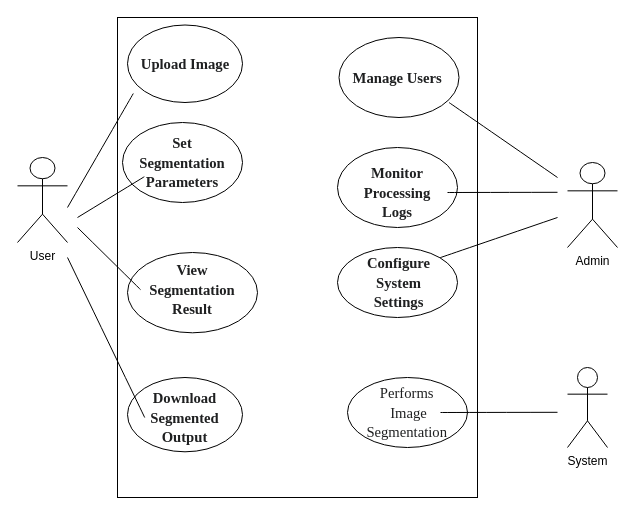
Earlier version of the draw.io diagram page "Page-1" (1 of 10) of Untitled Diagram.drawio (ruthwik-coder/uml). Source tidied: cells renumbered, new cells numbered last; positions are measured from the earlier drawing's top-left corner, leaving out a move shared by most shapes. Both pictures are drawn from the tidied source at 100%, with x=0, y=0 at pixel (17, 17).
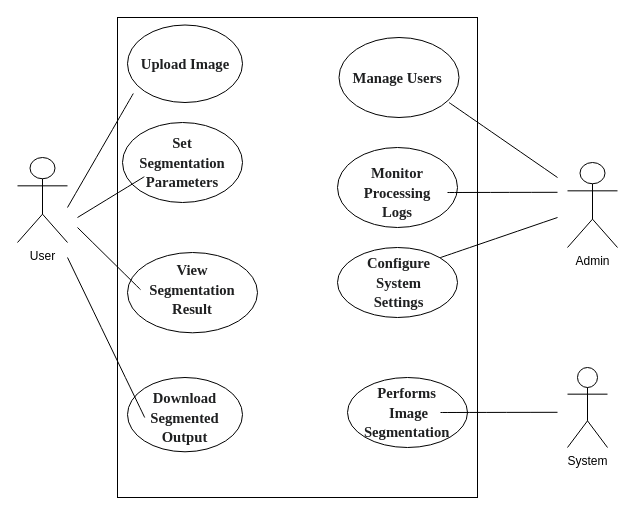
After the change.

Unchanged cells that the change refers to:
```xml
<mxCell id="33" style="group;" parent="1" vertex="1">
  <mxGeometry x="330" y="360" width="120" height="70" as="geometry" />
</mxCell>
```

Diff of the diagram source:
```diff
@@
-    <mxCell id="36" value="&lt;span style=&quot;font-size: 11pt; font-family: &amp;quot;Times New Roman&amp;quot;, serif; color: rgb(31, 32, 33);&quot;&gt;Performs&amp;nbsp; Image&lt;br&gt;Segmentation&amp;nbsp;&lt;/span&gt;" style="text;strokeColor=none;fillColor=none;html=1;align=center;verticalAlign=middle;whiteSpace=wrap;rounded=0;fontSize=16;" parent="33" vertex="1">
+    <mxCell id="36" value="&lt;span style=&quot;font-size: 11pt; font-family: &amp;quot;Times New Roman&amp;quot;, serif; color: rgb(31, 32, 33);&quot;&gt;&lt;b&gt;Performs&amp;nbsp; Image&lt;br&gt;Segmentation&amp;nbsp;&lt;/b&gt;&lt;/span&gt;" style="text;strokeColor=none;fillColor=none;html=1;align=center;verticalAlign=middle;whiteSpace=wrap;rounded=0;fontSize=16;" parent="33" vertex="1">
       <mxGeometry x="30" y="17.5" width="63" height="35" as="geometry" />
     </mxCell>
```
